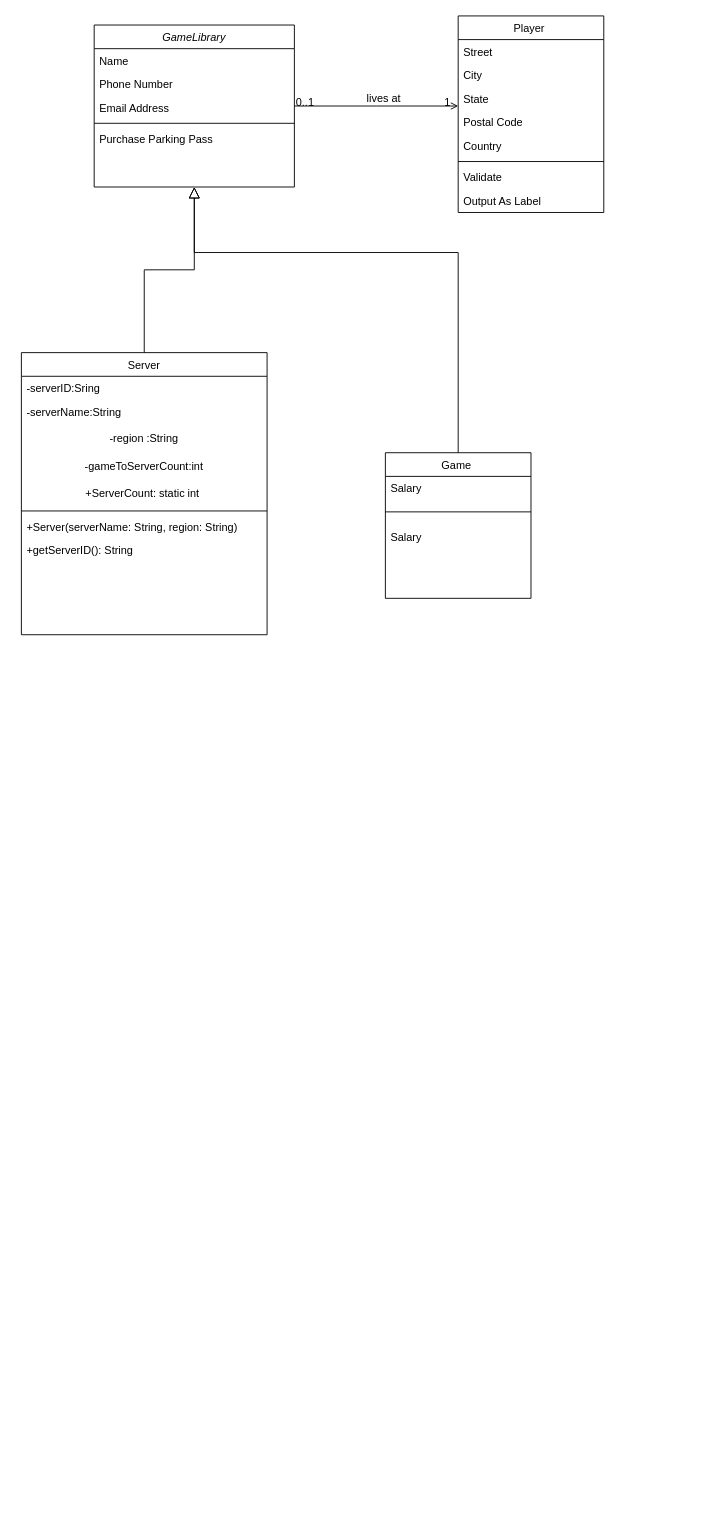
This is Untitled Diagram.drawio from Nada-saad635/Game-Management-System, a draw.io file, before an edit. Source tidied: cells renumbered, new cells numbered last; positions are measured from the earlier drawing's top-left corner, leaving out a move shared by most shapes. Both pictures are drawn from the tidied source at 91%, with x=0, y=0 at pixel (21, 15).
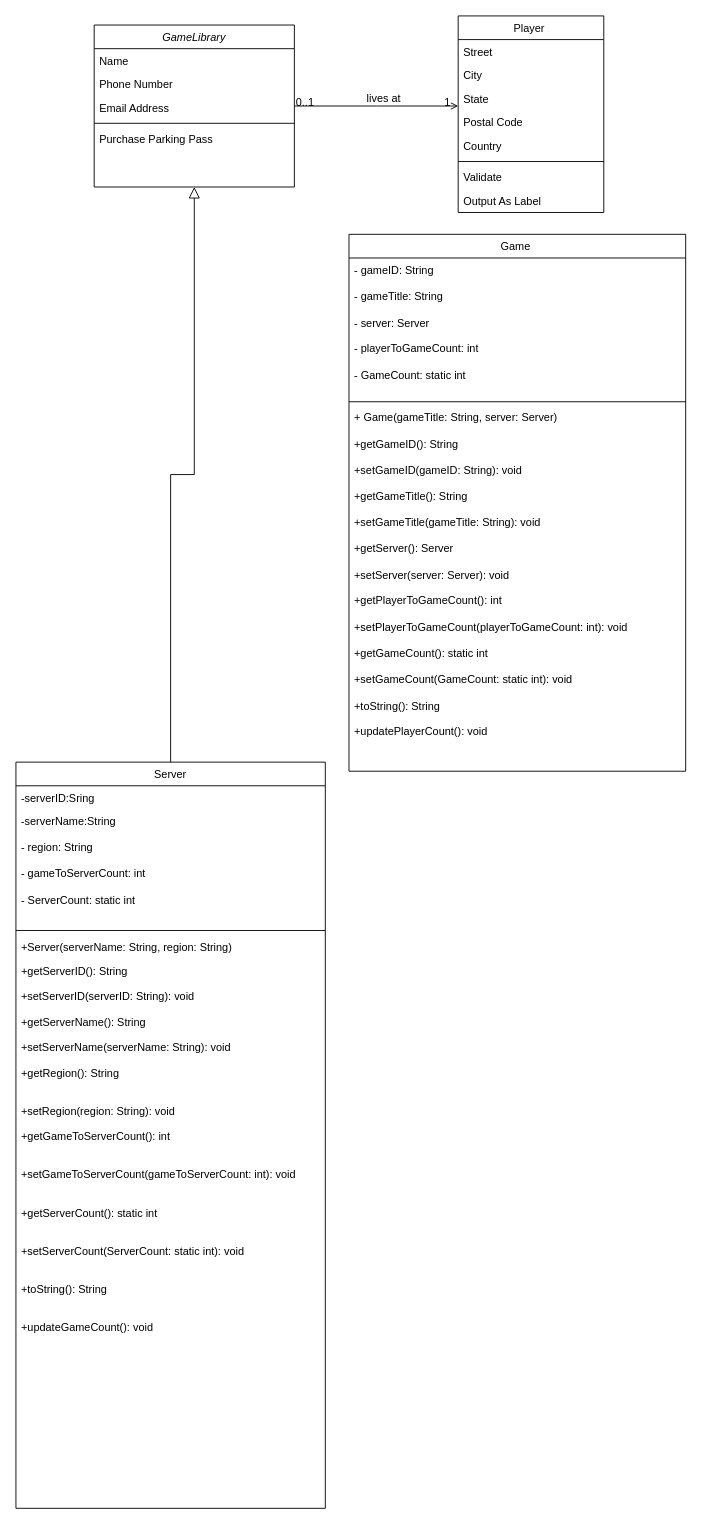
The same diagram, later.

Commit message:
Update game UML

The change refers to these unchanged cells:
```xml
<mxCell id="2" value="GameLibrary" style="swimlane;fontStyle=2;align=center;verticalAlign=top;horizontal=1;startSize=26;rounded=0;shadow=0;strokeWidth=1;" parent="1" vertex="1">
  <mxGeometry x="80" y="10" width="220" height="178" as="geometry" />
</mxCell>
```

Change to the diagram source:
```diff
@@
     <mxCell id="8" value="Server" style="swimlane;fontStyle=0;align=center;verticalAlign=top;horizontal=1;startSize=26;rounded=0;shadow=0;strokeWidth=1;" parent="1" vertex="1">
-      <mxGeometry y="370" width="270" height="310" as="geometry" />
+      <mxGeometry x="-6" y="820" width="340" height="820" as="geometry" />
     </mxCell>
     <mxCell id="9" value="-serverID:Sring" style="text;align=left;verticalAlign=top;spacingLeft=4;spacingRight=4;overflow=hidden;" parent="8" vertex="1">
-      <mxGeometry y="26" width="270" height="26" as="geometry" />
+      <mxGeometry y="26" width="340" height="26" as="geometry" />
     </mxCell>
     <mxCell id="10" value="-serverName:String " style="text;align=left;verticalAlign=top;spacingLeft=4;spacingRight=4;overflow=hidden;rounded=0;shadow=0;html=0;" parent="8" vertex="1">
-      <mxGeometry y="52" width="270" height="28" as="geometry" />
+      <mxGeometry y="52" width="340" height="28" as="geometry" />
     </mxCell>
-    <mxCell id="11" value="-region :String" style="text;html=1;align=center;verticalAlign=middle;whiteSpace=wrap;rounded=0;" parent="8" vertex="1">
-      <mxGeometry y="80" width="270" height="30" as="geometry" />
-    </mxCell>
-    <mxCell id="12" value="-gameToServerCount:int" style="text;html=1;align=center;verticalAlign=middle;whiteSpace=wrap;rounded=0;" parent="8" vertex="1">
-      <mxGeometry y="110" width="270" height="30" as="geometry" />
-    </mxCell>
-    <mxCell id="13" value="+ServerCount: static int&amp;nbsp;" style="text;html=1;align=center;verticalAlign=middle;whiteSpace=wrap;rounded=0;" parent="8" vertex="1">
-      <mxGeometry y="140" width="270" height="30" as="geometry" />
-    </mxCell>
+    <mxCell id="36" value="- region: String&lt;div&gt;&lt;br&gt;  - gameToServerCount: int&lt;/div&gt;&lt;div&gt;&lt;br&gt;  - ServerCount: static int&lt;br&gt;&lt;br&gt;&lt;/div&gt;" style="text;strokeColor=none;fillColor=none;align=left;verticalAlign=top;spacingLeft=4;spacingRight=4;overflow=hidden;whiteSpace=wrap;html=1;" parent="8" vertex="1">
+      <mxGeometry y="80" width="340" height="100" as="geometry" />
+    </mxCell>
     <mxCell id="14" style="line;html=1;strokeWidth=1;align=left;verticalAlign=middle;spacingTop=-1;spacingLeft=3;spacingRight=3;labelPosition=right;" parent="8" vertex="1">
-      <mxGeometry y="170" width="270" height="8" as="geometry" />
+      <mxGeometry y="180" width="340" height="10" as="geometry" />
     </mxCell>
     <mxCell id="15" value="+Server(serverName: String, region: String)" style="text;align=left;verticalAlign=top;spacingLeft=4;spacingRight=4;overflow=hidden;" parent="8" vertex="1">
-      <mxGeometry y="178" width="270" height="26" as="geometry" />
+      <mxGeometry y="190" width="340" height="26" as="geometry" />
     </mxCell>
-    <mxCell id="16" value="+getServerID(): String" style="text;align=left;verticalAlign=top;spacingLeft=4;spacingRight=4;overflow=hidden;" parent="8" vertex="1">
-      <mxGeometry y="204" width="270" height="26" as="geometry" />
+    <mxCell id="16" value="+getServerID(): String&#10;&#10;+setServerID(serverID: String): void&#10;&#10;+getServerName(): String&#10;&#10;+setServerName(serverName: String): void&#10;&#10;+getRegion(): String&#10;&#10;&#10;+setRegion(region: String): void&#10; &#10;+getGameToServerCount(): int&#10;&#10;&#10;+setGameToServerCount(gameToServerCount: int): void&#10;&#10;&#10;+getServerCount(): static int&#10;&#10;&#10;+setServerCount(ServerCount: static int): void&#10;&#10;&#10;+toString(): String&#10;&#10;&#10;+updateGameCount(): void&#10;" style="text;align=left;verticalAlign=top;spacingLeft=4;spacingRight=4;overflow=hidden;" parent="8" vertex="1">
+      <mxGeometry y="216" width="340" height="464" as="geometry" />
     </mxCell>
@@
-    <mxCell id="18" value="Game " style="swimlane;fontStyle=0;align=center;verticalAlign=top;horizontal=1;startSize=26;rounded=0;shadow=0;strokeWidth=1;" parent="1" vertex="1">
-      <mxGeometry x="400" y="480" width="160" height="160" as="geometry" />
-    </mxCell>
-    <mxCell id="19" value="Salary" style="text;align=left;verticalAlign=top;spacingLeft=4;spacingRight=4;overflow=hidden;" parent="18" vertex="1">
-      <mxGeometry y="26" width="160" height="24" as="geometry" />
-    </mxCell>
-    <mxCell id="20" style="line;html=1;strokeWidth=1;align=left;verticalAlign=middle;spacingTop=-1;spacingLeft=3;spacingRight=3;labelPosition=right;" parent="18" vertex="1">
-      <mxGeometry y="50" width="160" height="30" as="geometry" />
-    </mxCell>
-    <mxCell id="21" value="Salary" style="text;align=left;verticalAlign=top;spacingLeft=4;spacingRight=4;overflow=hidden;" parent="18" vertex="1">
-      <mxGeometry y="80" width="160" height="24" as="geometry" />
-    </mxCell>
-    <mxCell id="22" style="endArrow=block;endSize=10;endFill=0;shadow=0;strokeWidth=1;rounded=0;curved=0;edgeStyle=elbowEdgeStyle;elbow=vertical;" parent="1" edge="1" source="18" target="2">
-      <mxGeometry relative="1" as="geometry">
-        <Array as="points">
-          <mxPoint x="340" y="260" />
-        </Array>
-      </mxGeometry>
-    </mxCell>
@@
+    <mxCell id="18" value="&lt;span style=&quot;font-weight: 400; text-wrap-mode: nowrap;&quot;&gt;Game&amp;nbsp;&lt;/span&gt;" style="swimlane;fontStyle=1;align=center;verticalAlign=top;horizontal=1;startSize=26;whiteSpace=wrap;html=1;" parent="1" vertex="1">
+      <mxGeometry x="360" y="240" width="370" height="590" as="geometry" />
+    </mxCell>
+    <mxCell id="37" value="&lt;span style=&quot;text-wrap-mode: nowrap;&quot;&gt;- gameID: String&lt;/span&gt;&lt;br style=&quot;text-wrap-mode: nowrap; padding: 0px; margin: 0px;&quot;&gt;&lt;br style=&quot;text-wrap-mode: nowrap; padding: 0px; margin: 0px;&quot;&gt;&lt;span style=&quot;text-wrap-mode: nowrap;&quot;&gt;- gameTitle: String&lt;/span&gt;&lt;br style=&quot;text-wrap-mode: nowrap; padding: 0px; margin: 0px;&quot;&gt;&lt;br style=&quot;text-wrap-mode: nowrap; padding: 0px; margin: 0px;&quot;&gt;&lt;span style=&quot;text-wrap-mode: nowrap;&quot;&gt;- server: Server&lt;/span&gt;&lt;br style=&quot;text-wrap-mode: nowrap; padding: 0px; margin: 0px;&quot;&gt;&lt;br style=&quot;text-wrap-mode: nowrap; padding: 0px; margin: 0px;&quot;&gt;&lt;span style=&quot;text-wrap-mode: nowrap;&quot;&gt;- playerToGameCount: int&lt;/span&gt;&lt;br style=&quot;text-wrap-mode: nowrap; padding: 0px; margin: 0px;&quot;&gt;&lt;br style=&quot;text-wrap-mode: nowrap; padding: 0px; margin: 0px;&quot;&gt;&lt;span style=&quot;text-wrap-mode: nowrap;&quot;&gt;- GameCount: static int&lt;/span&gt;" style="text;strokeColor=none;fillColor=none;align=left;verticalAlign=top;spacingLeft=4;spacingRight=4;overflow=hidden;whiteSpace=wrap;html=1;" parent="18" vertex="1">
+      <mxGeometry y="26" width="370" height="154" as="geometry" />
+    </mxCell>
+    <mxCell id="38" style="line;strokeWidth=1;fillColor=none;align=left;verticalAlign=middle;spacingTop=-1;spacingLeft=3;spacingRight=3;labelPosition=right;strokeColor=inherit;" parent="18" vertex="1">
+      <mxGeometry y="180" width="370" height="8" as="geometry" />
+    </mxCell>
+    <mxCell id="39" value="+ Game(gameTitle: String, server: Server)&amp;nbsp;&lt;div&gt;&lt;br&gt;+getGameID(): String&lt;/div&gt;&lt;div&gt;&lt;br&gt;+setGameID(gameID: String): void&lt;/div&gt;&lt;div&gt;&lt;br&gt;+getGameTitle(): String&lt;/div&gt;&lt;div&gt;&lt;br&gt;+setGameTitle(gameTitle: String): void&lt;/div&gt;&lt;div&gt;&lt;br&gt;+getServer(): Server&lt;/div&gt;&lt;div&gt;&lt;br&gt;+setServer(server: Server): void&lt;/div&gt;&lt;div&gt;&lt;br&gt;+getPlayerToGameCount(): int&lt;/div&gt;&lt;div&gt;&lt;br&gt;+setPlayerToGameCount(playerToGameCount: int): void&lt;/div&gt;&lt;div&gt;&lt;br&gt;+getGameCount(): static int&lt;/div&gt;&lt;div&gt;&lt;br&gt;+setGameCount(GameCount: static int): void&lt;/div&gt;&lt;div&gt;&lt;br&gt;+toString(): String&lt;/div&gt;&lt;div&gt;&lt;br&gt;+updatePlayerCount(): void&lt;/div&gt;&lt;div&gt;&lt;br&gt;&lt;/div&gt;" style="text;strokeColor=none;fillColor=none;align=left;verticalAlign=top;spacingLeft=4;spacingRight=4;overflow=hidden;whiteSpace=wrap;html=1;" parent="18" vertex="1">
+      <mxGeometry y="188" width="370" height="402" as="geometry" />
+    </mxCell>
```
